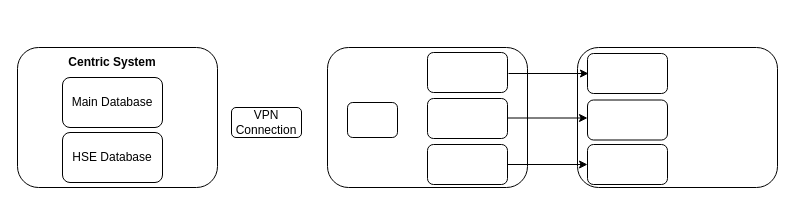
Mahadevaprasad1998/demo1 keeps this draw.io diagram as Untitled Diagram.drawio. Above is the earlier version. Source tidied: cells renumbered, new cells numbered last; positions are measured from the earlier drawing's top-left corner, leaving out a move shared by most shapes. Both pictures are drawn from the tidied source at 100%, with x=0, y=0 at pixel (17, 47).
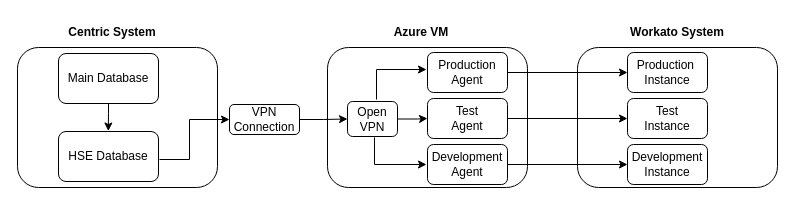
The same diagram, later.

What changed in the source:
```diff
@@
-    <mxCell id="5" value="&lt;div&gt;&lt;span style=&quot;background-color: transparent; color: light-dark(rgb(0, 0, 0), rgb(255, 255, 255));&quot;&gt;Main Database&lt;/span&gt;&lt;/div&gt;" style="rounded=1;whiteSpace=wrap;html=1;" parent="1" vertex="1">
-      <mxGeometry x="45" y="30" width="100" height="50" as="geometry" />
-    </mxCell>
     <mxCell id="6" value="HSE Database" style="rounded=1;whiteSpace=wrap;html=1;" parent="1" vertex="1">
-      <mxGeometry x="45" y="85" width="100" height="50" as="geometry" />
+      <mxGeometry x="41" y="84" width="100" height="50" as="geometry" />
     </mxCell>
     <mxCell id="7" value="Centric System" style="text;html=1;align=center;verticalAlign=middle;whiteSpace=wrap;rounded=0;fontStyle=1;" parent="1" vertex="1">
-      <mxGeometry x="50" width="90" height="30" as="geometry" />
+      <mxGeometry x="50" y="-30" width="90" height="30" as="geometry" />
     </mxCell>
+    <mxCell id="19" style="edgeStyle=orthogonalEdgeStyle;rounded=0;jettySize=auto;html=1;" parent="1" edge="1" source="8" target="11">
+      <mxGeometry relative="1" as="geometry" />
+    </mxCell>
-    <mxCell id="8" style="rounded=1;whiteSpace=wrap;html=1;" parent="1" vertex="1">
-      <mxGeometry x="330" y="55" width="50" height="35" as="geometry" />
+    <mxCell id="8" value="Open&lt;br&gt;VPN" style="rounded=1;whiteSpace=wrap;html=1;" parent="1" vertex="1">
+      <mxGeometry x="330" y="54" width="50" height="35" as="geometry" />
     </mxCell>
+    <mxCell id="20" style="edgeStyle=orthogonalEdgeStyle;rounded=0;jettySize=auto;html=1;" parent="1" edge="1" source="9" target="8">
+      <mxGeometry relative="1" as="geometry" />
+    </mxCell>
     <mxCell id="9" value="VPN&lt;br&gt;Connection" style="rounded=1;whiteSpace=wrap;html=1;" parent="1" vertex="1">
-      <mxGeometry x="214" y="60" width="70" height="30" as="geometry" />
+      <mxGeometry x="212" y="57" width="70" height="30" as="geometry" />
     </mxCell>
+    <mxCell id="21" style="edgeStyle=orthogonalEdgeStyle;rounded=0;jettySize=auto;html=1;" parent="1" edge="1" source="10" target="14">
+      <mxGeometry relative="1" as="geometry" />
+    </mxCell>
-    <mxCell id="10" style="rounded=1;whiteSpace=wrap;html=1;" parent="1" vertex="1">
+    <mxCell id="10" value="Production&lt;br&gt;Agent" style="rounded=1;whiteSpace=wrap;html=1;" parent="1" vertex="1">
       <mxGeometry x="410" y="5" width="80" height="40" as="geometry" />
     </mxCell>
+    <mxCell id="22" style="edgeStyle=orthogonalEdgeStyle;rounded=0;jettySize=auto;html=1;entryX=0;entryY=0.5;entryDx=0;entryDy=0;" parent="1" edge="1" source="11" target="15">
+      <mxGeometry relative="1" as="geometry" />
+    </mxCell>
-    <mxCell id="11" style="rounded=1;whiteSpace=wrap;html=1;" parent="1" vertex="1">
+    <mxCell id="11" value="Test&lt;br&gt;Agent" style="rounded=1;whiteSpace=wrap;html=1;" parent="1" vertex="1">
       <mxGeometry x="410" y="51" width="80" height="40" as="geometry" />
     </mxCell>
@@
-    <mxCell id="13" style="rounded=1;whiteSpace=wrap;html=1;" parent="1" vertex="1">
+    <mxCell id="13" value="Development&lt;br&gt;Agent" style="rounded=1;whiteSpace=wrap;html=1;" parent="1" vertex="1">
       <mxGeometry x="410" y="97" width="80" height="40" as="geometry" />
     </mxCell>
-    <mxCell id="14" style="rounded=1;whiteSpace=wrap;html=1;" parent="1" vertex="1">
-      <mxGeometry x="570" y="6" width="80" height="40" as="geometry" />
+    <mxCell id="14" value="Production&amp;nbsp;&lt;br&gt;Instance" style="rounded=1;whiteSpace=wrap;html=1;" parent="1" vertex="1">
+      <mxGeometry x="610" y="5" width="80" height="40" as="geometry" />
     </mxCell>
-    <mxCell id="15" style="rounded=1;whiteSpace=wrap;html=1;" parent="1" vertex="1">
-      <mxGeometry x="570" y="52.5" width="80" height="40" as="geometry" />
+    <mxCell id="15" value="Test&lt;br&gt;Instance" style="rounded=1;whiteSpace=wrap;html=1;" parent="1" vertex="1">
+      <mxGeometry x="610" y="51" width="80" height="40" as="geometry" />
     </mxCell>
-    <mxCell id="16" style="rounded=1;whiteSpace=wrap;html=1;" parent="1" vertex="1">
-      <mxGeometry x="570" y="97" width="80" height="40" as="geometry" />
+    <mxCell id="16" value="Development&lt;br&gt;Instance" style="rounded=1;whiteSpace=wrap;html=1;" parent="1" vertex="1">
+      <mxGeometry x="610" y="97" width="80" height="40" as="geometry" />
     </mxCell>
-    <mxCell id="17" style="edgeStyle=orthogonalEdgeStyle;rounded=0;orthogonalLoop=1;jettySize=auto;html=1;" parent="1" edge="1">
-      <mxGeometry relative="1" as="geometry">
-        <mxPoint x="490" y="70.5" as="sourcePoint" />
-        <mxPoint x="570" y="70.5" as="targetPoint" />
-      </mxGeometry>
-    </mxCell>
-    <mxCell id="18" style="edgeStyle=orthogonalEdgeStyle;rounded=0;orthogonalLoop=1;jettySize=auto;html=1;" parent="1" edge="1">
-      <mxGeometry relative="1" as="geometry">
-        <mxPoint x="491" y="26" as="sourcePoint" />
-        <mxPoint x="571" y="26" as="targetPoint" />
-      </mxGeometry>
-    </mxCell>
+    <mxCell id="5" value="&lt;div&gt;&lt;span style=&quot;background-color: transparent; color: light-dark(rgb(0, 0, 0), rgb(255, 255, 255));&quot;&gt;Main Database&lt;/span&gt;&lt;/div&gt;" style="rounded=1;whiteSpace=wrap;html=1;" parent="1" vertex="1">
+      <mxGeometry x="41" y="6" width="100" height="50" as="geometry" />
+    </mxCell>
+    <mxCell id="23" style="edgeStyle=orthogonalEdgeStyle;rounded=0;orthogonalLoop=1;jettySize=auto;html=1;" parent="1" edge="1">
+      <mxGeometry relative="1" as="geometry">
+        <mxPoint x="91" y="56" as="sourcePoint" />
+        <mxPoint x="90.8" y="83.5" as="targetPoint" />
+        <Array as="points">
+          <mxPoint x="91" y="66" />
+          <mxPoint x="91" y="66" />
+        </Array>
+      </mxGeometry>
+    </mxCell>
+    <mxCell id="24" style="edgeStyle=orthogonalEdgeStyle;rounded=0;orthogonalLoop=1;jettySize=auto;html=1;" parent="1" edge="1">
+      <mxGeometry relative="1" as="geometry">
+        <mxPoint x="142" y="112" as="sourcePoint" />
+        <mxPoint x="212" y="72" as="targetPoint" />
+        <Array as="points">
+          <mxPoint x="172" y="112" />
+          <mxPoint x="172" y="72" />
+        </Array>
+      </mxGeometry>
+    </mxCell>
+    <mxCell id="25" style="edgeStyle=orthogonalEdgeStyle;rounded=0;orthogonalLoop=1;jettySize=auto;html=1;" parent="1" edge="1">
+      <mxGeometry relative="1" as="geometry">
+        <mxPoint x="357" y="90" as="sourcePoint" />
+        <mxPoint x="409" y="117" as="targetPoint" />
+        <Array as="points">
+          <mxPoint x="357" y="117" />
+        </Array>
+      </mxGeometry>
+    </mxCell>
+    <mxCell id="26" style="edgeStyle=orthogonalEdgeStyle;rounded=0;orthogonalLoop=1;jettySize=auto;html=1;" parent="1" edge="1">
+      <mxGeometry relative="1" as="geometry">
+        <mxPoint x="359" y="52" as="sourcePoint" />
+        <mxPoint x="409" y="22" as="targetPoint" />
+        <Array as="points">
+          <mxPoint x="359" y="22" />
+          <mxPoint x="359" y="22" />
+        </Array>
+      </mxGeometry>
+    </mxCell>
+    <mxCell id="27" value="Azure VM" style="text;html=1;align=center;verticalAlign=middle;whiteSpace=wrap;rounded=0;fontStyle=1;" parent="1" vertex="1">
+      <mxGeometry x="374" y="-30" width="60" height="30" as="geometry" />
+    </mxCell>
+    <mxCell id="28" value="Workato System" style="text;html=1;align=center;verticalAlign=middle;whiteSpace=wrap;rounded=0;fontStyle=1;" parent="1" vertex="1">
+      <mxGeometry x="605" y="-30" width="110" height="30" as="geometry" />
+    </mxCell>
```
